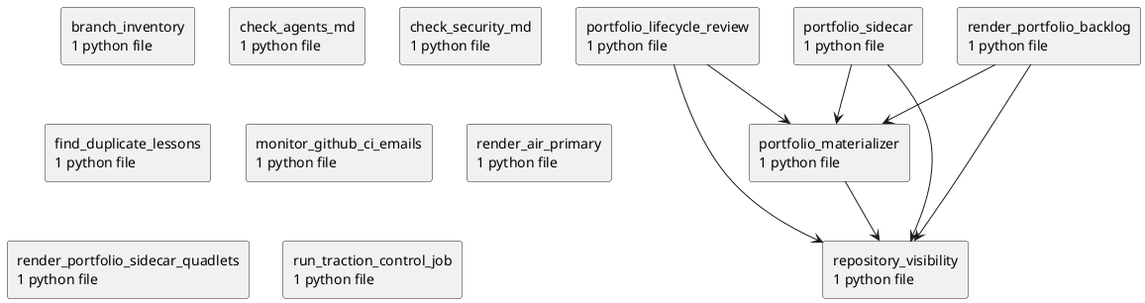
The PlantUML diagram docs/diagrams/python-packages.puml.png in casonk/traction-control, before a commit.
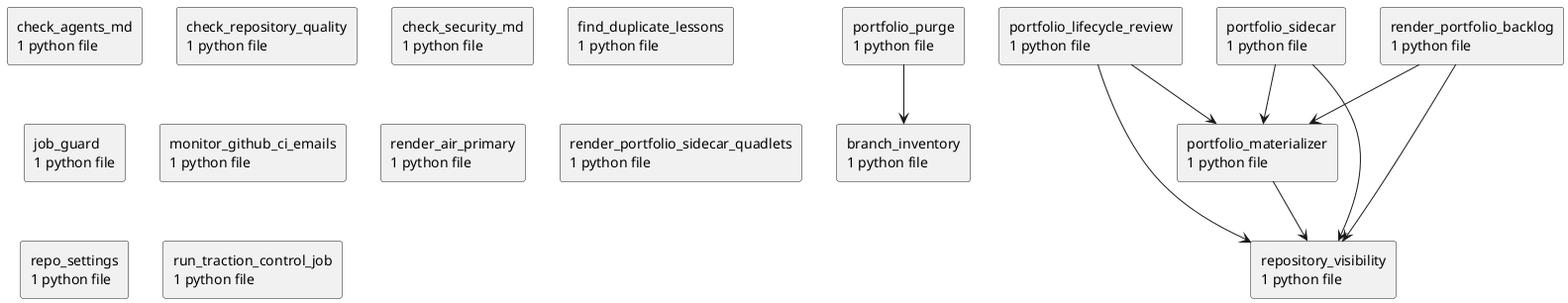
After the change.

What changed in the source:
```diff
@@ -4,20 +4,25 @@
 skinparam componentStyle rectangle
 rectangle "branch_inventory\n1 python file" as branch_inventory
 rectangle "check_agents_md\n1 python file" as check_agents_md
+rectangle "check_repository_quality\n1 python file" as check_repository_quality
 rectangle "check_security_md\n1 python file" as check_security_md
 rectangle "find_duplicate_lessons\n1 python file" as find_duplicate_lessons
+rectangle "job_guard\n1 python file" as job_guard
 rectangle "monitor_github_ci_emails\n1 python file" as monitor_github_ci_emails
 rectangle "portfolio_lifecycle_review\n1 python file" as portfolio_lifecycle_review
 rectangle "portfolio_materializer\n1 python file" as portfolio_materializer
+rectangle "portfolio_purge\n1 python file" as portfolio_purge
 rectangle "portfolio_sidecar\n1 python file" as portfolio_sidecar
 rectangle "render_air_primary\n1 python file" as render_air_primary
 rectangle "render_portfolio_backlog\n1 python file" as render_portfolio_backlog
 rectangle "render_portfolio_sidecar_quadlets\n1 python file" as render_portfolio_sidecar_quadlets
+rectangle "repo_settings\n1 python file" as repo_settings
 rectangle "repository_visibility\n1 python file" as repository_visibility
 rectangle "run_traction_control_job\n1 python file" as run_traction_control_job
 portfolio_lifecycle_review --> portfolio_materializer
 portfolio_lifecycle_review --> repository_visibility
 portfolio_materializer --> repository_visibility
+portfolio_purge --> branch_inventory
 portfolio_sidecar --> portfolio_materializer
 portfolio_sidecar --> repository_visibility
 render_portfolio_backlog --> portfolio_materializer
```
